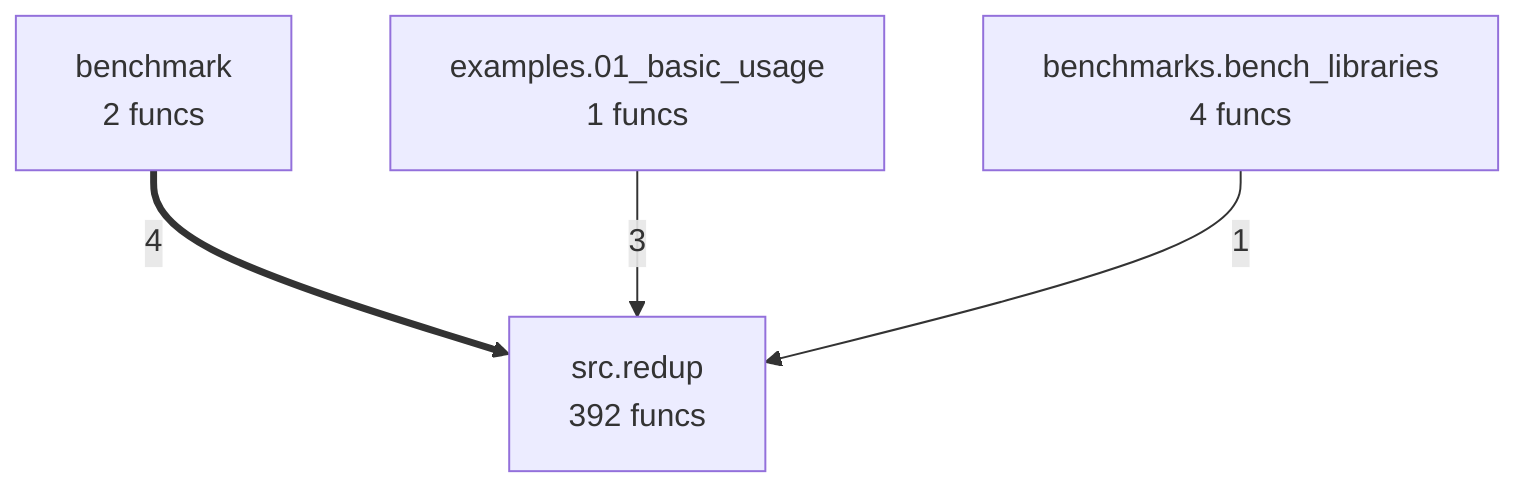
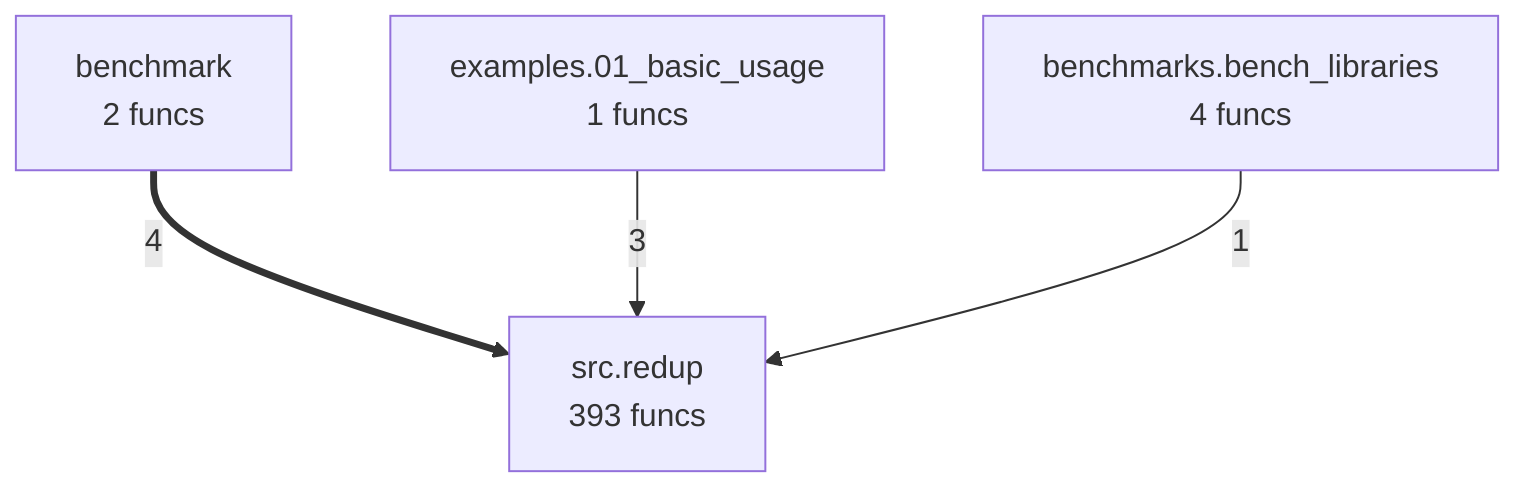
flowchart TD
- %% generated in 0.02s
+ %% generated in 0.03s
    benchmark["benchmark<br/>2 funcs"]
    benchmarks__bench_libraries["benchmarks.bench_libraries<br/>4 funcs"]
    examples__01_basic_usage["examples.01_basic_usage<br/>1 funcs"]
-     src__redup["src.redup<br/>392 funcs"]
+     src__redup["src.redup<br/>393 funcs"]
    benchmark ==>|4| src__redup
    examples__01_basic_usage -->|3| src__redup
    benchmarks__bench_libraries -->|1| src__redup
